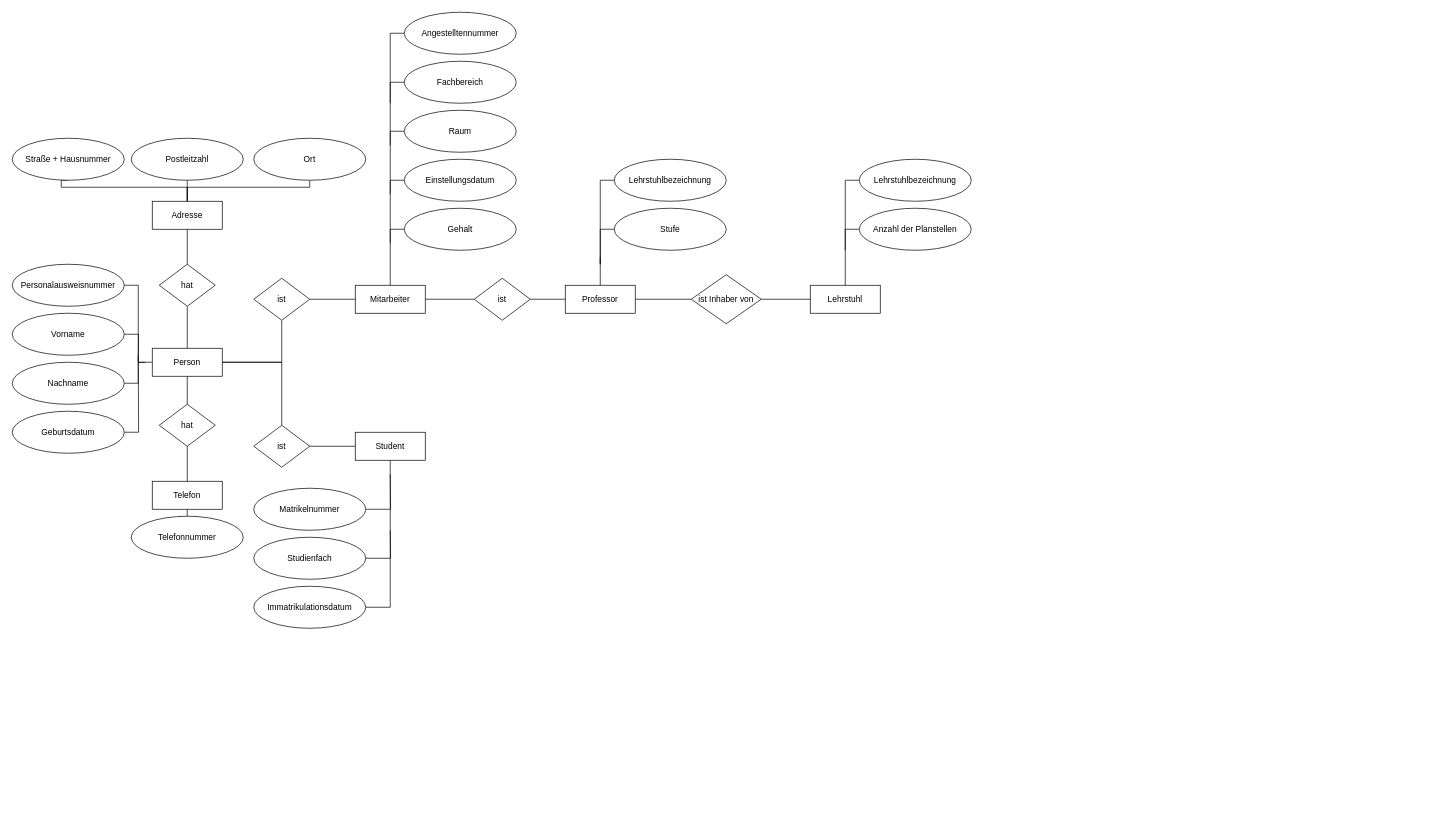
Earlier version of the draw.io diagram Universitaetsbeispiel.drawio (ingvargundahar/ER_Diagrams). Source tidied: cells renumbered, new cells numbered last; positions are measured from the earlier drawing's top-left corner, leaving out a move shared by most shapes. Both pictures are drawn from the tidied source at 70%, with x=0, y=0 at pixel (12, 12).
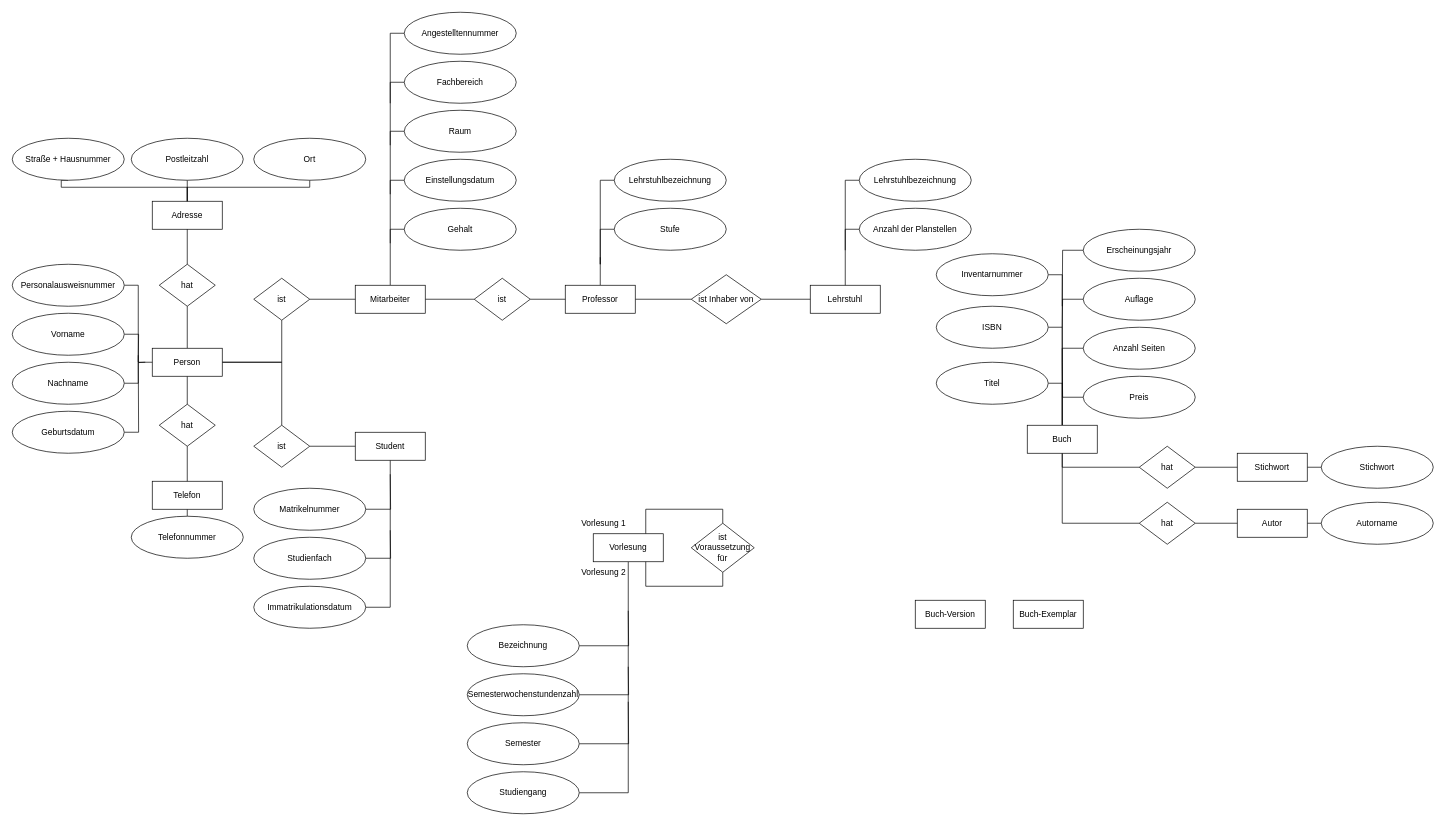
The same diagram, later.

Change to the diagram source:
```diff
@@
+    <mxCell id="67" style="edgeStyle=orthogonalEdgeStyle;rounded=0;jettySize=auto;html=1;exitX=0.5;exitY=1;exitDx=0;exitDy=0;entryX=1;entryY=0.5;entryDx=0;entryDy=0;endArrow=none;endFill=0;" parent="1" edge="1" source="69" target="78">
+      <mxGeometry relative="1" as="geometry" />
+    </mxCell>
+    <mxCell id="68" style="edgeStyle=orthogonalEdgeStyle;rounded=0;jettySize=auto;html=1;exitX=0.75;exitY=0;exitDx=0;exitDy=0;entryX=0.5;entryY=0;entryDx=0;entryDy=0;endArrow=none;endFill=0;" parent="1" edge="1" source="69" target="71">
+      <mxGeometry relative="1" as="geometry" />
+    </mxCell>
+    <mxCell id="69" value="Vorlesung" style="whiteSpace=wrap;html=1;align=center;" parent="1" vertex="1">
+      <mxGeometry x="830" y="745" width="100" height="40" as="geometry" />
+    </mxCell>
+    <mxCell id="70" style="edgeStyle=orthogonalEdgeStyle;rounded=0;jettySize=auto;html=1;exitX=0.5;exitY=1;exitDx=0;exitDy=0;entryX=0.75;entryY=1;entryDx=0;entryDy=0;endArrow=none;endFill=0;" parent="1" edge="1" source="71" target="69">
+      <mxGeometry relative="1" as="geometry" />
+    </mxCell>
+    <mxCell id="71" value="ist Voraussetzung für" style="shape=rhombus;perimeter=rhombusPerimeter;whiteSpace=wrap;html=1;align=center;" parent="1" vertex="1">
+      <mxGeometry x="970" y="730" width="90" height="70" as="geometry" />
+    </mxCell>
+    <mxCell id="72" style="edgeStyle=orthogonalEdgeStyle;rounded=0;jettySize=auto;html=1;exitX=1;exitY=0.5;exitDx=0;exitDy=0;endArrow=none;endFill=0;" parent="1" edge="1" source="73">
+      <mxGeometry relative="1" as="geometry">
+        <mxPoint x="880" y="855" as="targetPoint" />
+      </mxGeometry>
+    </mxCell>
+    <mxCell id="73" value="Bezeichnung" style="ellipse;whiteSpace=wrap;html=1;align=center;" parent="1" vertex="1">
+      <mxGeometry x="650" y="875" width="160" height="60" as="geometry" />
+    </mxCell>
+    <mxCell id="74" style="edgeStyle=orthogonalEdgeStyle;rounded=0;jettySize=auto;html=1;exitX=1;exitY=0.5;exitDx=0;exitDy=0;endArrow=none;endFill=0;" parent="1" edge="1" source="75">
+      <mxGeometry relative="1" as="geometry">
+        <mxPoint x="880" y="935" as="targetPoint" />
+      </mxGeometry>
+    </mxCell>
+    <mxCell id="75" value="Semesterwochenstundenzahl" style="ellipse;whiteSpace=wrap;html=1;align=center;" parent="1" vertex="1">
+      <mxGeometry x="650" y="945" width="160" height="60" as="geometry" />
+    </mxCell>
+    <mxCell id="76" style="edgeStyle=orthogonalEdgeStyle;rounded=0;jettySize=auto;html=1;exitX=1;exitY=0.5;exitDx=0;exitDy=0;endArrow=none;endFill=0;" parent="1" edge="1" source="77">
+      <mxGeometry relative="1" as="geometry">
+        <mxPoint x="880" y="985" as="targetPoint" />
+      </mxGeometry>
+    </mxCell>
+    <mxCell id="77" value="Semester" style="ellipse;whiteSpace=wrap;html=1;align=center;" parent="1" vertex="1">
+      <mxGeometry x="650" y="1015" width="160" height="60" as="geometry" />
+    </mxCell>
+    <mxCell id="78" value="Studiengang" style="ellipse;whiteSpace=wrap;html=1;align=center;" parent="1" vertex="1">
+      <mxGeometry x="650" y="1085" width="160" height="60" as="geometry" />
+    </mxCell>
+    <mxCell id="79" value="Vorlesung 1" style="text;html=1;strokeColor=none;fillColor=none;align=center;verticalAlign=middle;whiteSpace=wrap;rounded=0;" parent="1" vertex="1">
+      <mxGeometry x="810" y="715" width="70" height="30" as="geometry" />
+    </mxCell>
+    <mxCell id="80" value="Vorlesung 2" style="text;html=1;strokeColor=none;fillColor=none;align=center;verticalAlign=middle;whiteSpace=wrap;rounded=0;" parent="1" vertex="1">
+      <mxGeometry x="810" y="785" width="70" height="30" as="geometry" />
+    </mxCell>
+    <mxCell id="81" style="edgeStyle=orthogonalEdgeStyle;rounded=0;jettySize=auto;html=1;entryX=1;entryY=0.5;entryDx=0;entryDy=0;endArrow=none;endFill=0;" parent="1" edge="1" source="86" target="87">
+      <mxGeometry relative="1" as="geometry" />
+    </mxCell>
+    <mxCell id="82" style="edgeStyle=orthogonalEdgeStyle;rounded=0;jettySize=auto;html=1;exitX=0.5;exitY=0;exitDx=0;exitDy=0;entryX=1;entryY=0.5;entryDx=0;entryDy=0;endArrow=none;endFill=0;" parent="1" edge="1" source="86" target="88">
+      <mxGeometry relative="1" as="geometry" />
+    </mxCell>
+    <mxCell id="83" style="edgeStyle=orthogonalEdgeStyle;rounded=0;jettySize=auto;html=1;exitX=0.5;exitY=0;exitDx=0;exitDy=0;entryX=1;entryY=0.5;entryDx=0;entryDy=0;endArrow=none;endFill=0;" parent="1" edge="1" source="86" target="89">
+      <mxGeometry relative="1" as="geometry" />
+    </mxCell>
+    <mxCell id="84" style="edgeStyle=orthogonalEdgeStyle;rounded=0;jettySize=auto;html=1;exitX=0.5;exitY=1;exitDx=0;exitDy=0;entryX=0;entryY=0.5;entryDx=0;entryDy=0;endArrow=none;endFill=0;" parent="1" edge="1" source="86" target="107">
+      <mxGeometry relative="1" as="geometry" />
+    </mxCell>
+    <mxCell id="85" style="edgeStyle=orthogonalEdgeStyle;rounded=0;jettySize=auto;html=1;exitX=0.5;exitY=1;exitDx=0;exitDy=0;entryX=0;entryY=0.5;entryDx=0;entryDy=0;endArrow=none;endFill=0;" parent="1" edge="1" source="86" target="109">
+      <mxGeometry relative="1" as="geometry" />
+    </mxCell>
+    <mxCell id="86" value="Buch" style="whiteSpace=wrap;html=1;align=center;" parent="1" vertex="1">
+      <mxGeometry x="1450" y="590" width="100" height="40" as="geometry" />
+    </mxCell>
+    <mxCell id="87" value="Inventarnummer" style="ellipse;whiteSpace=wrap;html=1;align=center;" parent="1" vertex="1">
+      <mxGeometry x="1320" y="345" width="160" height="60" as="geometry" />
+    </mxCell>
+    <mxCell id="88" value="ISBN" style="ellipse;whiteSpace=wrap;html=1;align=center;" parent="1" vertex="1">
+      <mxGeometry x="1320" y="420" width="160" height="60" as="geometry" />
+    </mxCell>
+    <mxCell id="89" value="Titel" style="ellipse;whiteSpace=wrap;html=1;align=center;" parent="1" vertex="1">
+      <mxGeometry x="1320" y="500" width="160" height="60" as="geometry" />
+    </mxCell>
+    <mxCell id="90" style="edgeStyle=orthogonalEdgeStyle;rounded=0;jettySize=auto;html=1;exitX=0;exitY=0.5;exitDx=0;exitDy=0;endArrow=none;endFill=0;" parent="1" edge="1" source="91">
+      <mxGeometry relative="1" as="geometry">
+        <mxPoint x="1500" y="420" as="targetPoint" />
+      </mxGeometry>
+    </mxCell>
+    <mxCell id="91" value="Erscheinungsjahr" style="ellipse;whiteSpace=wrap;html=1;align=center;" parent="1" vertex="1">
+      <mxGeometry x="1530" y="310" width="160" height="60" as="geometry" />
+    </mxCell>
+    <mxCell id="92" style="edgeStyle=orthogonalEdgeStyle;rounded=0;jettySize=auto;html=1;exitX=0;exitY=0.5;exitDx=0;exitDy=0;endArrow=none;endFill=0;" parent="1" edge="1" source="93">
+      <mxGeometry relative="1" as="geometry">
+        <mxPoint x="1500" y="450" as="targetPoint" />
+      </mxGeometry>
+    </mxCell>
+    <mxCell id="93" value="Auflage" style="ellipse;whiteSpace=wrap;html=1;align=center;" parent="1" vertex="1">
+      <mxGeometry x="1530" y="380" width="160" height="60" as="geometry" />
+    </mxCell>
+    <mxCell id="94" style="edgeStyle=orthogonalEdgeStyle;rounded=0;jettySize=auto;html=1;exitX=0;exitY=0.5;exitDx=0;exitDy=0;endArrow=none;endFill=0;" parent="1" edge="1" source="95">
+      <mxGeometry relative="1" as="geometry">
+        <mxPoint x="1500" y="500" as="targetPoint" />
+      </mxGeometry>
+    </mxCell>
+    <mxCell id="95" value="Anzahl Seiten" style="ellipse;whiteSpace=wrap;html=1;align=center;" parent="1" vertex="1">
+      <mxGeometry x="1530" y="450" width="160" height="60" as="geometry" />
+    </mxCell>
+    <mxCell id="96" style="edgeStyle=orthogonalEdgeStyle;rounded=0;jettySize=auto;html=1;exitX=0;exitY=0.5;exitDx=0;exitDy=0;endArrow=none;endFill=0;" parent="1" edge="1" source="97">
+      <mxGeometry relative="1" as="geometry">
+        <mxPoint x="1500" y="500" as="targetPoint" />
+      </mxGeometry>
+    </mxCell>
+    <mxCell id="97" value="Preis" style="ellipse;whiteSpace=wrap;html=1;align=center;" parent="1" vertex="1">
+      <mxGeometry x="1530" y="520" width="160" height="60" as="geometry" />
+    </mxCell>
+    <mxCell id="98" value="Buch-Exemplar" style="whiteSpace=wrap;html=1;align=center;" parent="1" vertex="1">
+      <mxGeometry x="1430" y="840" width="100" height="40" as="geometry" />
+    </mxCell>
+    <mxCell id="99" value="Buch-Version" style="whiteSpace=wrap;html=1;align=center;" parent="1" vertex="1">
+      <mxGeometry x="1290" y="840" width="100" height="40" as="geometry" />
+    </mxCell>
+    <mxCell id="100" style="edgeStyle=orthogonalEdgeStyle;rounded=0;jettySize=auto;html=1;exitX=1;exitY=0.5;exitDx=0;exitDy=0;entryX=0;entryY=0.5;entryDx=0;entryDy=0;endArrow=none;endFill=0;" parent="1" edge="1" source="101" target="104">
+      <mxGeometry relative="1" as="geometry" />
+    </mxCell>
+    <mxCell id="101" value="Stichwort" style="whiteSpace=wrap;html=1;align=center;" parent="1" vertex="1">
+      <mxGeometry x="1750" y="630" width="100" height="40" as="geometry" />
+    </mxCell>
+    <mxCell id="102" style="edgeStyle=orthogonalEdgeStyle;rounded=0;jettySize=auto;html=1;exitX=1;exitY=0.5;exitDx=0;exitDy=0;entryX=0;entryY=0.5;entryDx=0;entryDy=0;endArrow=none;endFill=0;" parent="1" edge="1" source="103" target="105">
+      <mxGeometry relative="1" as="geometry" />
+    </mxCell>
+    <mxCell id="103" value="Autor" style="whiteSpace=wrap;html=1;align=center;" parent="1" vertex="1">
+      <mxGeometry x="1750" y="710" width="100" height="40" as="geometry" />
+    </mxCell>
+    <mxCell id="104" value="Stichwort" style="ellipse;whiteSpace=wrap;html=1;align=center;" parent="1" vertex="1">
+      <mxGeometry x="1870" y="620" width="160" height="60" as="geometry" />
+    </mxCell>
+    <mxCell id="105" value="Autorname" style="ellipse;whiteSpace=wrap;html=1;align=center;" parent="1" vertex="1">
+      <mxGeometry x="1870" y="700" width="160" height="60" as="geometry" />
+    </mxCell>
+    <mxCell id="106" style="edgeStyle=orthogonalEdgeStyle;rounded=0;jettySize=auto;html=1;exitX=1;exitY=0.5;exitDx=0;exitDy=0;entryX=0;entryY=0.5;entryDx=0;entryDy=0;endArrow=none;endFill=0;" parent="1" edge="1" source="107" target="101">
+      <mxGeometry relative="1" as="geometry" />
+    </mxCell>
+    <mxCell id="107" value="hat" style="shape=rhombus;perimeter=rhombusPerimeter;whiteSpace=wrap;html=1;align=center;" parent="1" vertex="1">
+      <mxGeometry x="1610" y="620" width="80" height="60" as="geometry" />
+    </mxCell>
+    <mxCell id="108" style="edgeStyle=orthogonalEdgeStyle;rounded=0;jettySize=auto;html=1;exitX=1;exitY=0.5;exitDx=0;exitDy=0;entryX=0;entryY=0.5;entryDx=0;entryDy=0;endArrow=none;endFill=0;" parent="1" edge="1" source="109" target="103">
+      <mxGeometry relative="1" as="geometry" />
+    </mxCell>
+    <mxCell id="109" value="hat" style="shape=rhombus;perimeter=rhombusPerimeter;whiteSpace=wrap;html=1;align=center;" parent="1" vertex="1">
+      <mxGeometry x="1610" y="700" width="80" height="60" as="geometry" />
+    </mxCell>
```
